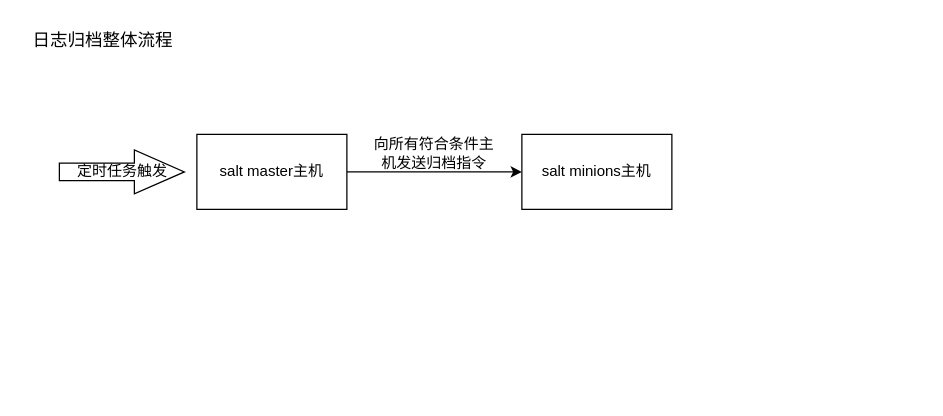
Above: 日志归档.drawio in XianpengYang/draw.io (draw.io), before the change. Source tidied: cells renumbered, new cells numbered last; positions are measured from the earlier drawing's top-left corner, leaving out a move shared by most shapes. Both pictures are drawn from the tidied source at 125%, with x=0, y=0 at pixel (21, 21).
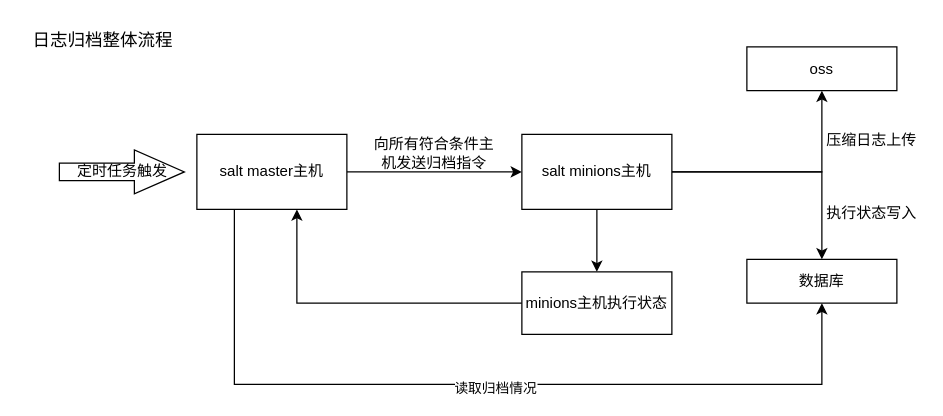
The same page after the edit.

Commit message (it also covers changes not shown here):
更新日志归档.drawio

The change refers to these unchanged cells:
```xml
<mxCell id="4" value="salt master主机" style="rounded=0;whiteSpace=wrap;html=1;" parent="1" vertex="1">
  <mxGeometry x="140" y="90" width="120" height="60" as="geometry" />
</mxCell>
<mxCell id="6" value="salt minions主机" style="rounded=0;whiteSpace=wrap;html=1;" parent="1" vertex="1">
  <mxGeometry x="400" y="90" width="120" height="60" as="geometry" />
</mxCell>
```

Diff of the diagram source:
```diff
@@
+    <mxCell id="8" style="edgeStyle=orthogonalEdgeStyle;rounded=0;jettySize=auto;html=1;entryX=0.5;entryY=1;entryDx=0;entryDy=0;" parent="1" edge="1" source="4" target="13">
+      <mxGeometry relative="1" as="geometry">
+        <Array as="points">
+          <mxPoint x="170" y="290" />
+          <mxPoint x="640" y="290" />
+        </Array>
+      </mxGeometry>
+    </mxCell>
+    <mxCell id="9" value="读取归档情况" style="edgeLabel;html=1;align=center;verticalAlign=middle;" parent="8" vertex="1">
+      <mxGeometry x="0.03" y="-2" relative="1" as="geometry" />
+    </mxCell>
@@
+    <mxCell id="10" style="edgeStyle=orthogonalEdgeStyle;rounded=0;jettySize=auto;html=1;" parent="1" edge="1" source="6" target="13">
+      <mxGeometry relative="1" as="geometry" />
+    </mxCell>
+    <mxCell id="11" style="edgeStyle=orthogonalEdgeStyle;rounded=0;jettySize=auto;html=1;" parent="1" edge="1" source="6" target="14">
+      <mxGeometry relative="1" as="geometry" />
+    </mxCell>
+    <mxCell id="12" style="edgeStyle=orthogonalEdgeStyle;rounded=0;jettySize=auto;html=1;" parent="1" edge="1" source="6">
+      <mxGeometry relative="1" as="geometry">
+        <mxPoint x="460" y="200" as="targetPoint" />
+      </mxGeometry>
+    </mxCell>
@@
+    <mxCell id="13" value="数据库" style="rounded=0;whiteSpace=wrap;html=1;" parent="1" vertex="1">
+      <mxGeometry x="580" y="190" width="120" height="35" as="geometry" />
+    </mxCell>
+    <mxCell id="14" value="oss" style="rounded=0;whiteSpace=wrap;html=1;" parent="1" vertex="1">
+      <mxGeometry x="580" y="20" width="120" height="35" as="geometry" />
+    </mxCell>
+    <mxCell id="15" value="压缩日志上传" style="text;html=1;align=center;verticalAlign=middle;whiteSpace=wrap;rounded=0;" parent="1" vertex="1">
+      <mxGeometry x="640" y="80" width="80" height="30" as="geometry" />
+    </mxCell>
+    <mxCell id="16" value="执行状态写入" style="text;html=1;align=center;verticalAlign=middle;whiteSpace=wrap;rounded=0;" parent="1" vertex="1">
+      <mxGeometry x="640" y="137.5" width="80" height="30" as="geometry" />
+    </mxCell>
+    <mxCell id="17" style="edgeStyle=orthogonalEdgeStyle;rounded=0;jettySize=auto;html=1;" parent="1" edge="1" source="18" target="4">
+      <mxGeometry relative="1" as="geometry">
+        <Array as="points">
+          <mxPoint x="220" y="225" />
+        </Array>
+      </mxGeometry>
+    </mxCell>
+    <mxCell id="18" value="minions主机执行状态" style="rounded=0;whiteSpace=wrap;html=1;" parent="1" vertex="1">
+      <mxGeometry x="400" y="200" width="120" height="50" as="geometry" />
+    </mxCell>
```
